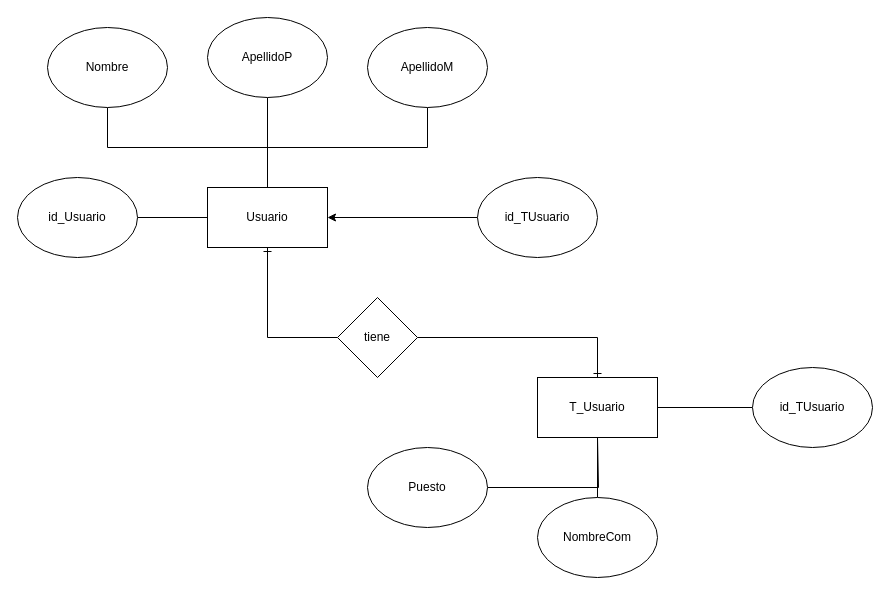
This is Diagrama sin título.drawio from BarajasJosue3/PracticasBD, a draw.io file, before an edit. Source tidied: cells renumbered, new cells numbered last; positions are measured from the earlier drawing's top-left corner, leaving out a move shared by most shapes. Both pictures are drawn from the tidied source at 100%, with x=0, y=0 at pixel (17, 17).
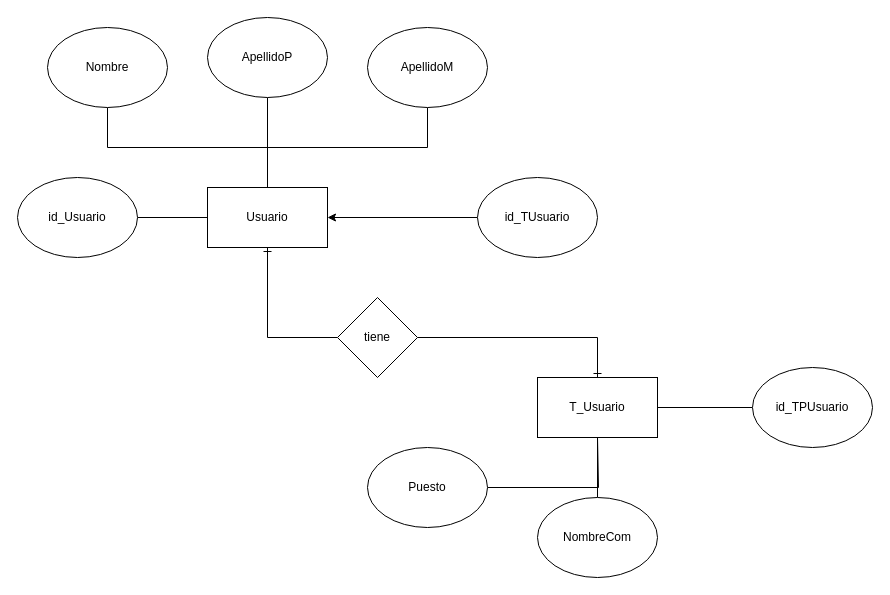
After the change.

Commit message:
actualizacion diagrama entidad relacion

Diff of the diagram source:
```diff
@@
-    <mxCell id="15" value="&lt;font class=&quot;custom-cursor-default-hover&quot; style=&quot;vertical-align: inherit;&quot;&gt;id_TUsuario&lt;/font&gt;" style="ellipse;whiteSpace=wrap;html=1;" parent="1" vertex="1">
+    <mxCell id="15" value="&lt;font class=&quot;custom-cursor-default-hover&quot; style=&quot;vertical-align: inherit;&quot;&gt;id_TPUsuario&lt;/font&gt;" style="ellipse;whiteSpace=wrap;html=1;" parent="1" vertex="1">
       <mxGeometry x="735" y="350" width="120" height="80" as="geometry" />
     </mxCell>
```
